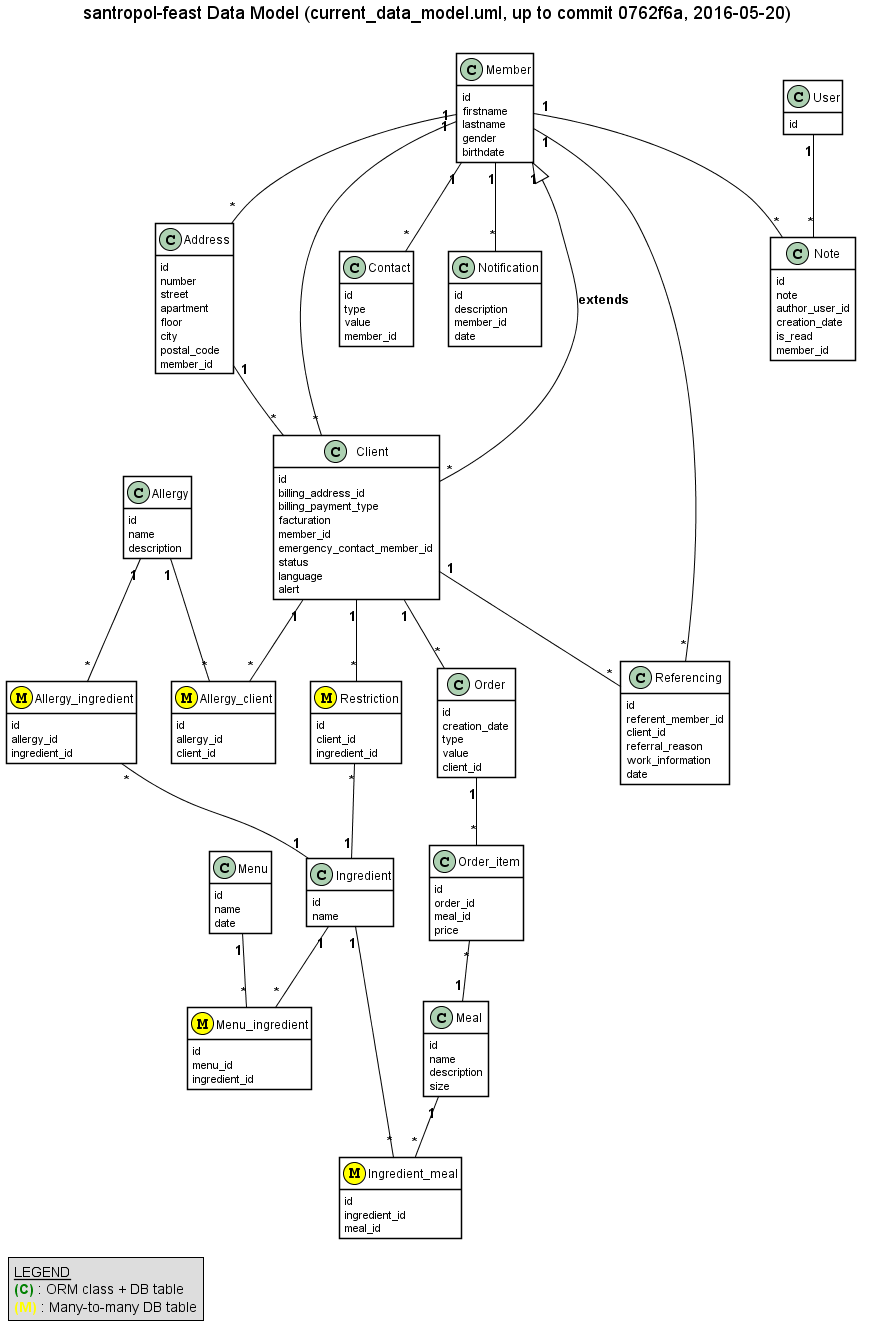
Above: docs/data_model/current_data_model.png in savoirfairelinux/sous-chef (PlantUML), before the change.
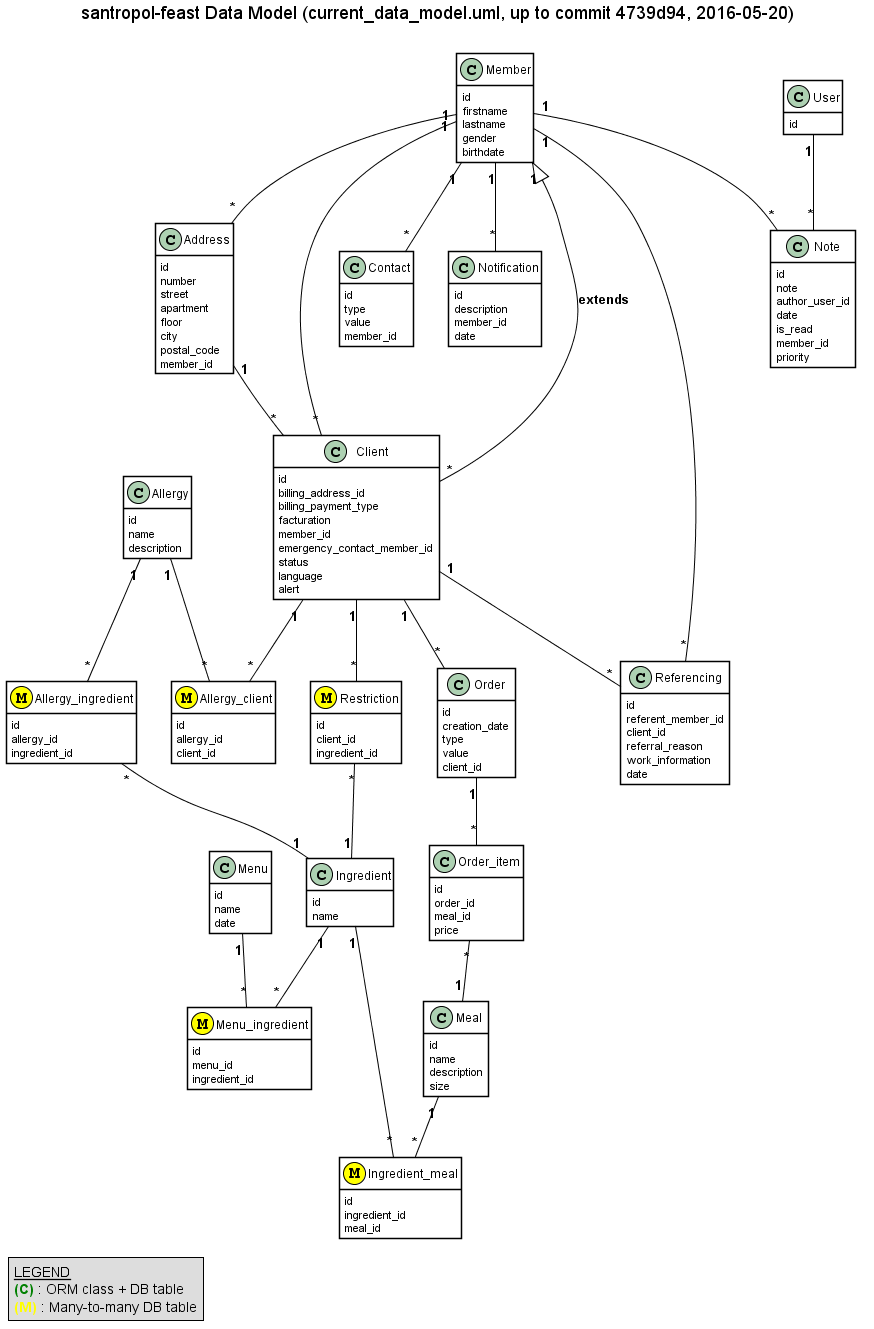
After the commit.

Commit message:
data model update upto 4739d94

Diff of the diagram source:
```diff
@@ -1,6 +1,6 @@
 @startuml
 scale 1.0
-title santropol-feast Data Model (current_data_model.uml, up to commit 0762f6a, 2016-05-20)\n
+title santropol-feast Data Model (current_data_model.uml, up to commit 4739d94, 2016-05-20)\n
 hide methods
 skinparam shadowing false
 skinparam classArrowColor Black
@@ -130,9 +130,10 @@
     id
     note
     author_user_id
-    creation_date
+    date
     is_read
     member_id
+    priority
 }
 
 class Notification {
```
